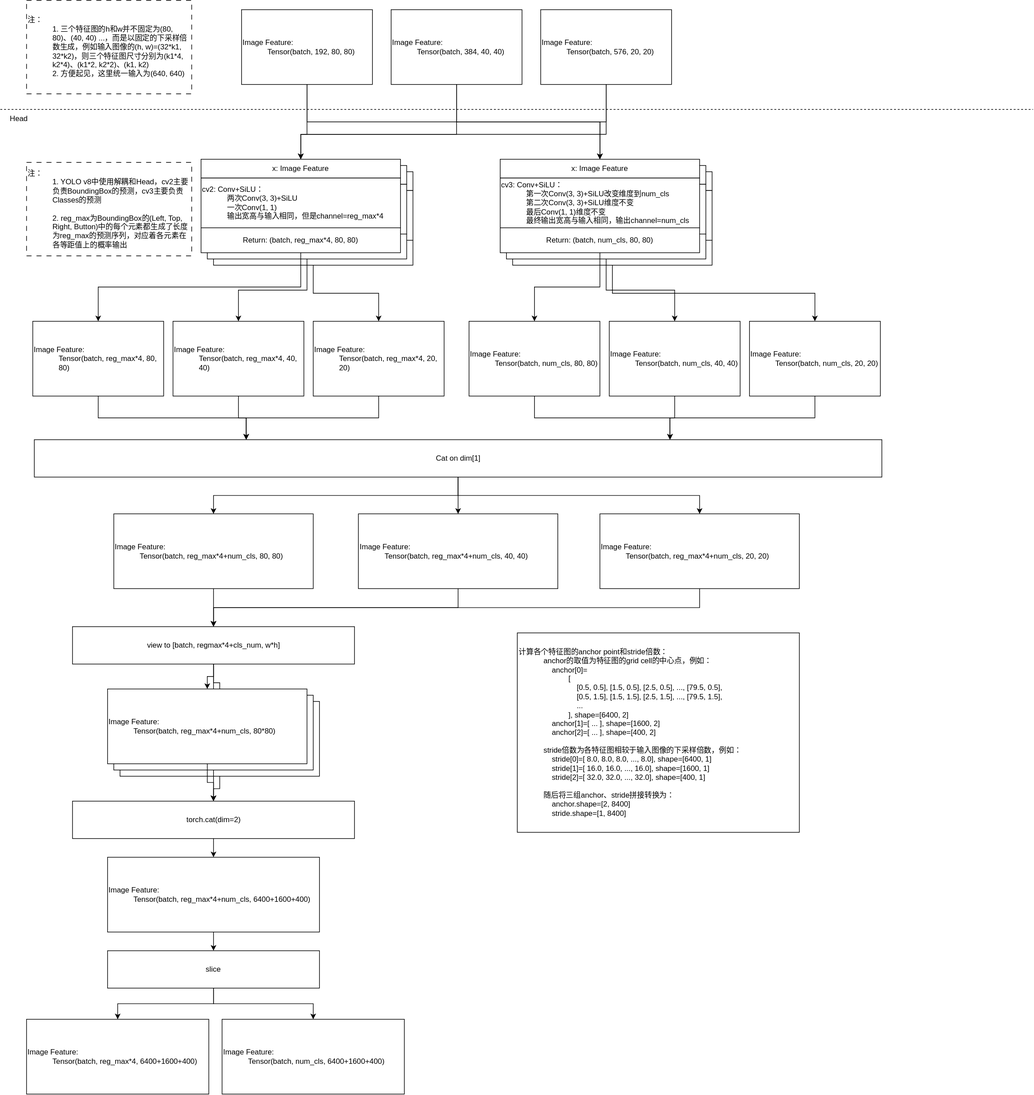
The draw.io diagram 机器学习/Resources/YOLO v8 Head结构.svg in h13-0/Notebooks, before a commit. Source tidied: cells renumbered, new cells last; positions are measured from the earlier drawing's top-left corner, leaving out a move shared by most shapes.
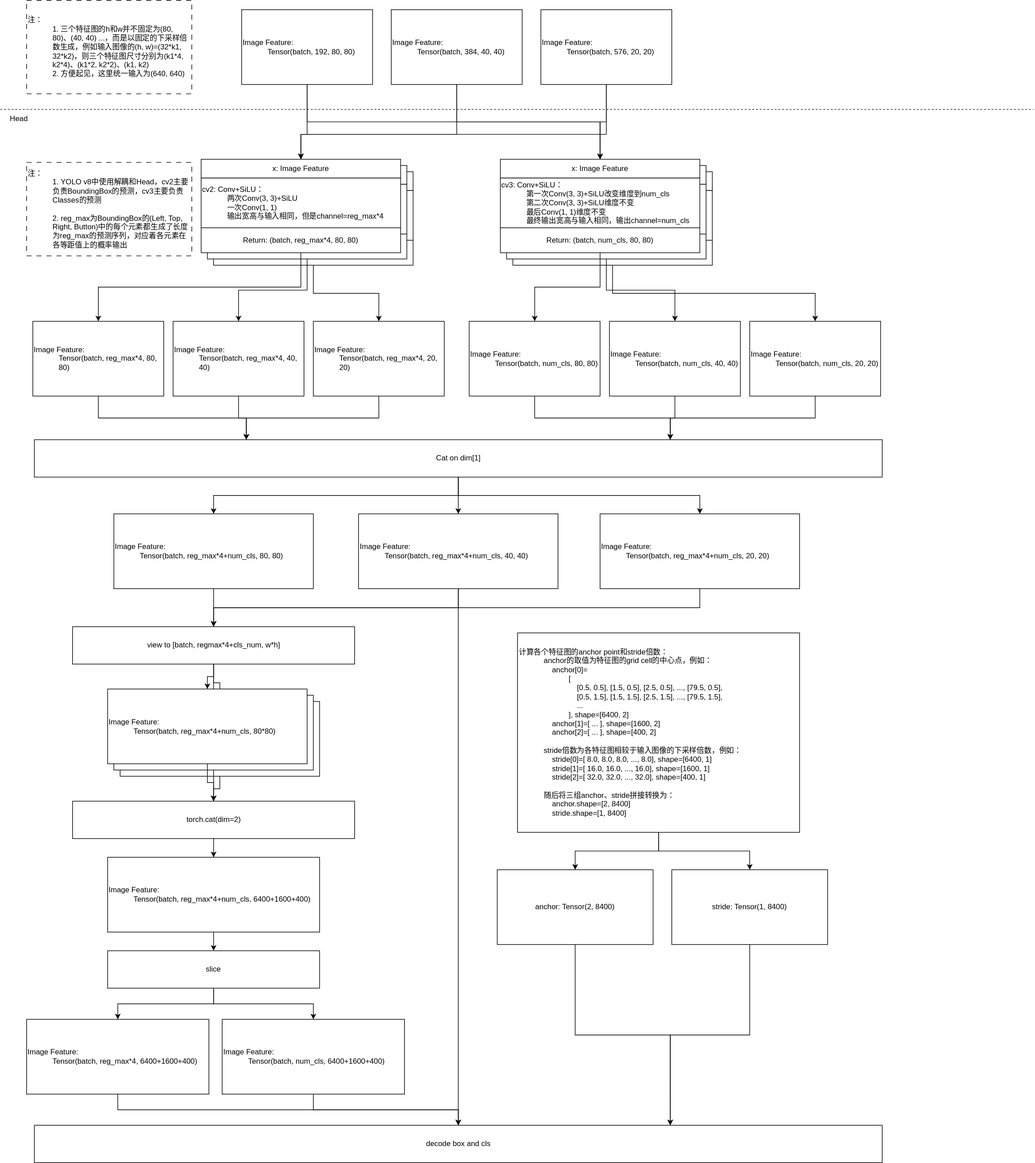
The same diagram one commit later.

Commit message:
vault backup: 2025-03-30 18:08:01

What changed in the source:
```diff
@@ -195,6 +195,9 @@
     <mxCell id="58" style="edgeStyle=orthogonalEdgeStyle;rounded=0;jettySize=auto;html=1;exitX=0.5;exitY=1;exitDx=0;exitDy=0;entryX=0.5;entryY=0;entryDx=0;entryDy=0;" parent="1" edge="1" source="59" target="66">
       <mxGeometry relative="1" as="geometry" />
     </mxCell>
+    <mxCell id="81" style="edgeStyle=orthogonalEdgeStyle;rounded=0;jettySize=auto;html=1;exitX=0.5;exitY=1;exitDx=0;exitDy=0;entryX=0.5;entryY=0;entryDx=0;entryDy=0;" parent="1" edge="1" source="59" target="86">
+      <mxGeometry relative="1" as="geometry" />
+    </mxCell>
     <mxCell id="59" value="&lt;div style=&quot;&quot;&gt;&lt;span style=&quot;background-color: transparent; color: light-dark(rgb(0, 0, 0), rgb(255, 255, 255));&quot;&gt;Image Feature:&lt;/span&gt;&lt;/div&gt;&lt;blockquote style=&quot;margin: 0 0 0 40px; border: none; padding: 0px;&quot;&gt;&lt;div style=&quot;&quot;&gt;&lt;span style=&quot;background-color: transparent; color: light-dark(rgb(0, 0, 0), rgb(255, 255, 255));&quot;&gt;Tensor(batch,&amp;nbsp;&lt;/span&gt;&lt;span style=&quot;text-align: center;&quot;&gt;reg_max*4+num_cls&lt;/span&gt;&lt;span style=&quot;background-color: transparent; color: light-dark(rgb(0, 0, 0), rgb(255, 255, 255));&quot;&gt;, 40, 40)&lt;/span&gt;&lt;/div&gt;&lt;/blockquote&gt;" style="rounded=0;whiteSpace=wrap;html=1;align=left;" parent="1" vertex="1">
       <mxGeometry x="574.5" y="824" width="320" height="120" as="geometry" />
     </mxCell>
@@ -245,9 +248,18 @@
     <mxCell id="74" value="&lt;div style=&quot;&quot;&gt;&lt;span style=&quot;background-color: transparent; color: light-dark(rgb(0, 0, 0), rgb(255, 255, 255));&quot;&gt;Image Feature:&lt;/span&gt;&lt;/div&gt;&lt;blockquote style=&quot;margin: 0 0 0 40px; border: none; padding: 0px;&quot;&gt;&lt;div style=&quot;&quot;&gt;&lt;span style=&quot;background-color: transparent; color: light-dark(rgb(0, 0, 0), rgb(255, 255, 255));&quot;&gt;Tensor(batch,&amp;nbsp;&lt;/span&gt;&lt;span style=&quot;text-align: center;&quot;&gt;reg_max*4+num_cls&lt;/span&gt;&lt;span style=&quot;background-color: transparent; color: light-dark(rgb(0, 0, 0), rgb(255, 255, 255));&quot;&gt;, 80*80)&lt;/span&gt;&lt;/div&gt;&lt;/blockquote&gt;" style="rounded=0;whiteSpace=wrap;html=1;align=left;" parent="1" vertex="1">
       <mxGeometry x="172" y="1105" width="320" height="120" as="geometry" />
     </mxCell>
+    <mxCell id="82" style="edgeStyle=orthogonalEdgeStyle;rounded=0;jettySize=auto;html=1;exitX=0.5;exitY=1;exitDx=0;exitDy=0;entryX=0.5;entryY=0;entryDx=0;entryDy=0;" parent="1" edge="1" source="75" target="88">
+      <mxGeometry relative="1" as="geometry" />
+    </mxCell>
+    <mxCell id="83" style="edgeStyle=orthogonalEdgeStyle;rounded=0;jettySize=auto;html=1;exitX=0.5;exitY=1;exitDx=0;exitDy=0;entryX=0.5;entryY=0;entryDx=0;entryDy=0;" parent="1" edge="1" source="75" target="90">
+      <mxGeometry relative="1" as="geometry" />
+    </mxCell>
     <mxCell id="75" value="计算各个特征图的anchor point和stride倍数：&lt;blockquote style=&quot;margin: 0 0 0 40px; border: none; padding: 0px;&quot;&gt;&lt;div&gt;anchor的取值为特征图的grid cell的中心点，例如：&lt;/div&gt;&lt;div&gt;&amp;nbsp; &amp;nbsp; anchor[0]=&lt;/div&gt;&lt;/blockquote&gt;&lt;blockquote style=&quot;margin: 0 0 0 40px; border: none; padding: 0px;&quot;&gt;&lt;blockquote style=&quot;margin: 0 0 0 40px; border: none; padding: 0px;&quot;&gt;[&lt;/blockquote&gt;&lt;blockquote style=&quot;margin: 0 0 0 40px; border: none; padding: 0px;&quot;&gt;&amp;nbsp; &amp;nbsp; [0.5, 0.5], [1.5, 0.5], [2.5, 0.5], ..., [79.5, 0.5],&lt;/blockquote&gt;&lt;blockquote style=&quot;margin: 0 0 0 40px; border: none; padding: 0px;&quot;&gt;&amp;nbsp; &amp;nbsp; [0.5,&lt;span style=&quot;background-color: transparent; color: light-dark(rgb(0, 0, 0), rgb(255, 255, 255));&quot;&gt;&amp;nbsp;1.5], [1.5, 1.5], [2.5, 1.5], ..., [79.5, 1.5],&lt;/span&gt;&lt;/blockquote&gt;&lt;blockquote style=&quot;margin: 0 0 0 40px; border: none; padding: 0px;&quot;&gt;&lt;span style=&quot;background-color: transparent; color: light-dark(rgb(0, 0, 0), rgb(255, 255, 255));&quot;&gt;&amp;nbsp; &amp;nbsp; ...&lt;/span&gt;&lt;/blockquote&gt;&lt;blockquote style=&quot;margin: 0 0 0 40px; border: none; padding: 0px;&quot;&gt;&lt;span style=&quot;background-color: transparent; color: light-dark(rgb(0, 0, 0), rgb(255, 255, 255));&quot;&gt;], shape=[6400, 2]&lt;/span&gt;&lt;/blockquote&gt;&lt;/blockquote&gt;&lt;blockquote style=&quot;margin: 0 0 0 40px; border: none; padding: 0px;&quot;&gt;&lt;span style=&quot;background-color: transparent; color: light-dark(rgb(0, 0, 0), rgb(255, 255, 255));&quot;&gt;&amp;nbsp; &amp;nbsp; anchor[1]=[ ... ], shape=[1600, 2]&lt;/span&gt;&lt;/blockquote&gt;&lt;blockquote style=&quot;margin: 0 0 0 40px; border: none; padding: 0px;&quot;&gt;&lt;span style=&quot;background-color: transparent; color: light-dark(rgb(0, 0, 0), rgb(255, 255, 255));&quot;&gt;&amp;nbsp; &amp;nbsp; anchor[2]=[ ... ], shape=[400, 2]&lt;/span&gt;&lt;/blockquote&gt;&lt;blockquote style=&quot;margin: 0 0 0 40px; border: none; padding: 0px;&quot;&gt;&lt;blockquote style=&quot;margin: 0 0 0 40px; border: none; padding: 0px;&quot;&gt;&lt;span style=&quot;background-color: transparent; color: light-dark(rgb(0, 0, 0), rgb(255, 255, 255));&quot;&gt;&lt;br&gt;&lt;/span&gt;&lt;/blockquote&gt;&lt;/blockquote&gt;&lt;blockquote style=&quot;margin: 0 0 0 40px; border: none; padding: 0px;&quot;&gt;&lt;div&gt;stride倍数为各特征图相较于输入图像的下采样倍数，例如：&lt;/div&gt;&lt;div&gt;&amp;nbsp; &amp;nbsp; stride[0]=&lt;span style=&quot;background-color: transparent; color: light-dark(rgb(0, 0, 0), rgb(255, 255, 255));&quot;&gt;[ 8.0, 8.0, 8.0, ..., 8.0],&amp;nbsp;&lt;/span&gt;shape&lt;span style=&quot;background-color: transparent; color: light-dark(rgb(0, 0, 0), rgb(255, 255, 255));&quot;&gt;=[6400, 1]&lt;/span&gt;&lt;/div&gt;&lt;div&gt;&lt;span style=&quot;background-color: transparent; color: light-dark(rgb(0, 0, 0), rgb(255, 255, 255));&quot;&gt;&amp;nbsp; &amp;nbsp; stride[1]=[ 16.0, 16.0, ..., 16.0], shape=[1600, 1]&lt;/span&gt;&lt;/div&gt;&lt;div&gt;&lt;span style=&quot;background-color: transparent; color: light-dark(rgb(0, 0, 0), rgb(255, 255, 255));&quot;&gt;&amp;nbsp; &amp;nbsp; stride[2]=[ 32.0, 32.0, ..., 32.0], shape=[400, 1]&lt;/span&gt;&lt;/div&gt;&lt;div&gt;&lt;br&gt;&lt;/div&gt;&lt;div&gt;随后将三组anchor、stride拼接转换为：&lt;/div&gt;&lt;div&gt;&amp;nbsp; &amp;nbsp; anchor.shape=[2, 8400]&lt;/div&gt;&lt;div&gt;&amp;nbsp; &amp;nbsp; stride.shape=[1, 8400]&lt;/div&gt;&lt;/blockquote&gt;" style="rounded=0;whiteSpace=wrap;html=1;align=left;" parent="1" vertex="1">
       <mxGeometry x="829.5" y="1015" width="452.5" height="320" as="geometry" />
     </mxCell>
+    <mxCell id="84" style="edgeStyle=orthogonalEdgeStyle;rounded=0;jettySize=auto;html=1;exitX=0.5;exitY=1;exitDx=0;exitDy=0;entryX=0.5;entryY=0;entryDx=0;entryDy=0;" parent="1" edge="1" source="76" target="86">
+      <mxGeometry relative="1" as="geometry" />
+    </mxCell>
     <mxCell id="76" value="&lt;div style=&quot;&quot;&gt;&lt;span style=&quot;background-color: transparent; color: light-dark(rgb(0, 0, 0), rgb(255, 255, 255));&quot;&gt;Image Feature:&lt;/span&gt;&lt;/div&gt;&lt;blockquote style=&quot;margin: 0 0 0 40px; border: none; padding: 0px;&quot;&gt;&lt;div style=&quot;&quot;&gt;&lt;span style=&quot;background-color: transparent; color: light-dark(rgb(0, 0, 0), rgb(255, 255, 255));&quot;&gt;Tensor(batch,&amp;nbsp;&lt;/span&gt;&lt;span style=&quot;text-align: center;&quot;&gt;reg_max*4&lt;/span&gt;&lt;span style=&quot;background-color: transparent; color: light-dark(rgb(0, 0, 0), rgb(255, 255, 255));&quot;&gt;, 6400+1600+400)&lt;/span&gt;&lt;/div&gt;&lt;/blockquote&gt;" style="rounded=0;whiteSpace=wrap;html=1;align=left;" parent="1" vertex="1">
       <mxGeometry x="42" y="1635" width="292.5" height="120" as="geometry" />
     </mxCell>
@@ -260,8 +272,26 @@
     <mxCell id="79" value="slice" style="rounded=0;whiteSpace=wrap;html=1;" parent="1" vertex="1">
       <mxGeometry x="172" y="1525" width="340" height="60" as="geometry" />
     </mxCell>
+    <mxCell id="85" style="edgeStyle=orthogonalEdgeStyle;rounded=0;jettySize=auto;html=1;exitX=0.5;exitY=1;exitDx=0;exitDy=0;entryX=0.5;entryY=0;entryDx=0;entryDy=0;" parent="1" edge="1" source="80" target="86">
+      <mxGeometry relative="1" as="geometry" />
+    </mxCell>
     <mxCell id="80" value="&lt;div style=&quot;&quot;&gt;&lt;span style=&quot;background-color: transparent; color: light-dark(rgb(0, 0, 0), rgb(255, 255, 255));&quot;&gt;Image Feature:&lt;/span&gt;&lt;/div&gt;&lt;blockquote style=&quot;margin: 0 0 0 40px; border: none; padding: 0px;&quot;&gt;&lt;div style=&quot;text-align: center;&quot;&gt;&lt;span style=&quot;background-color: transparent; color: light-dark(rgb(0, 0, 0), rgb(255, 255, 255));&quot;&gt;Tensor(batch, num_cls&lt;/span&gt;&lt;span style=&quot;background-color: transparent; color: light-dark(rgb(0, 0, 0), rgb(255, 255, 255));&quot;&gt;, 6400+1600+400)&lt;/span&gt;&lt;/div&gt;&lt;/blockquote&gt;" style="rounded=0;whiteSpace=wrap;html=1;align=left;" parent="1" vertex="1">
       <mxGeometry x="355.8" y="1635" width="292.5" height="120" as="geometry" />
     </mxCell>
+    <mxCell id="86" value="decode box and cls" style="rounded=0;whiteSpace=wrap;html=1;" parent="1" vertex="1">
+      <mxGeometry x="54.5" y="1805" width="1360" height="60" as="geometry" />
+    </mxCell>
+    <mxCell id="87" style="edgeStyle=orthogonalEdgeStyle;rounded=0;jettySize=auto;html=1;exitX=0.5;exitY=1;exitDx=0;exitDy=0;entryX=0.75;entryY=0;entryDx=0;entryDy=0;" parent="1" edge="1" source="88" target="86">
+      <mxGeometry relative="1" as="geometry" />
+    </mxCell>
+    <mxCell id="88" value="&lt;div style=&quot;&quot;&gt;anchor: Tensor(2, 8400)&lt;/div&gt;" style="rounded=0;whiteSpace=wrap;html=1;align=center;" parent="1" vertex="1">
+      <mxGeometry x="797" y="1395" width="250" height="120" as="geometry" />
+    </mxCell>
+    <mxCell id="89" style="edgeStyle=orthogonalEdgeStyle;rounded=0;jettySize=auto;html=1;exitX=0.5;exitY=1;exitDx=0;exitDy=0;entryX=0.75;entryY=0;entryDx=0;entryDy=0;" parent="1" edge="1" source="90" target="86">
+      <mxGeometry relative="1" as="geometry" />
+    </mxCell>
+    <mxCell id="90" value="&lt;div style=&quot;&quot;&gt;stride: Tensor(1, 8400)&lt;/div&gt;" style="rounded=0;whiteSpace=wrap;html=1;align=center;" parent="1" vertex="1">
+      <mxGeometry x="1077" y="1395" width="250" height="120" as="geometry" />
+    </mxCell>
   </root>
 </mxGraphModel>
```
